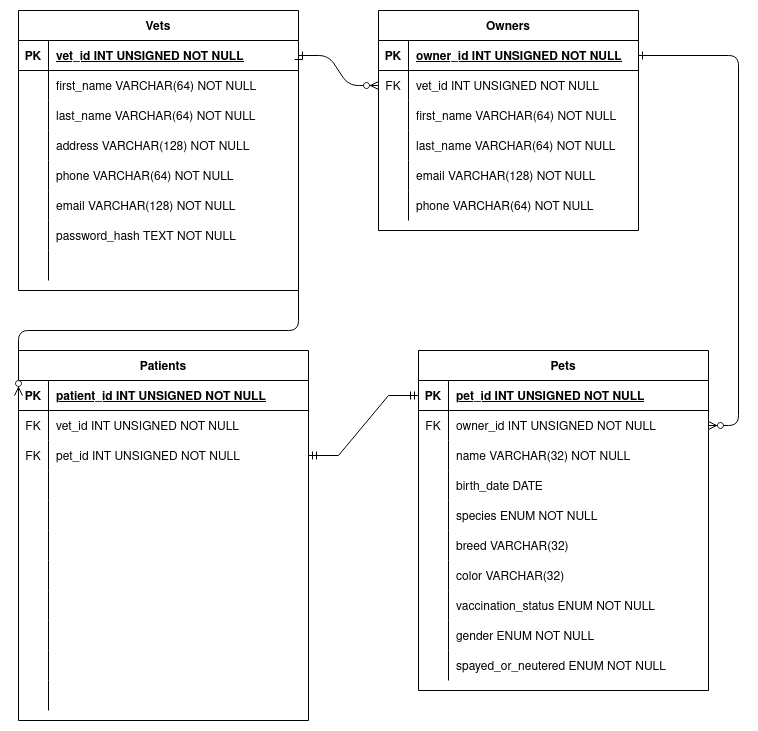
rafaelalma/vetter-client keeps this draw.io diagram as vetter-entity-relationship-diagram.drawio.png. Above is the earlier version. Source tidied: cells renumbered, new cells last; positions are measured from the earlier drawing's top-left corner, leaving out a move shared by most shapes.
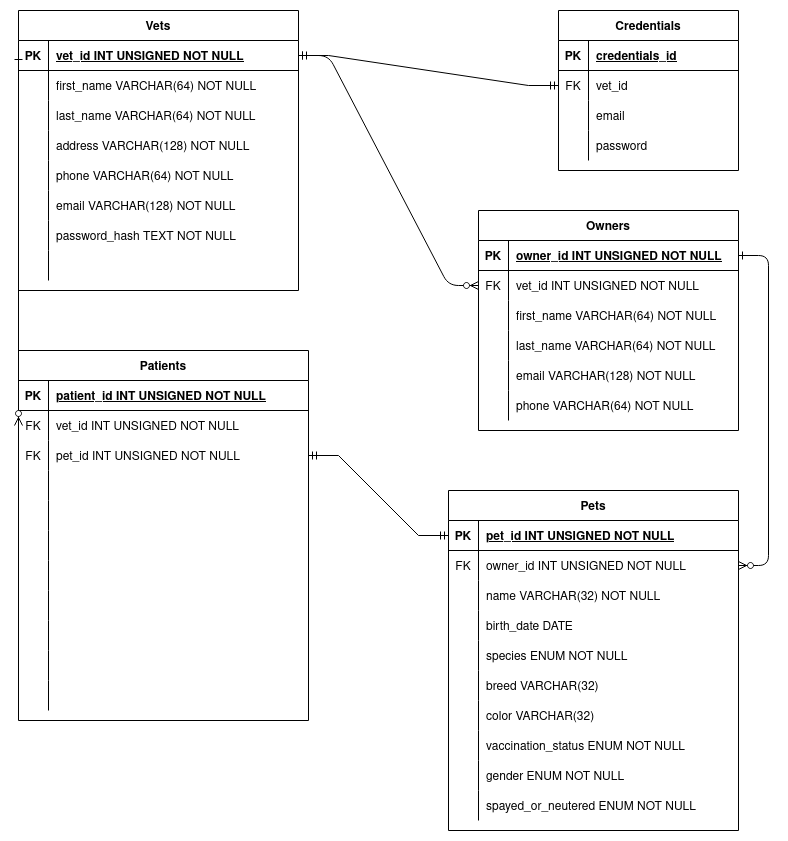
After the commit.

Commit message:
Update Entity Relationship Diagram image

Change to the diagram source:
```diff
@@ -9,7 +9,7 @@
       <mxGeometry relative="1" as="geometry" />
     </mxCell>
     <mxCell id="4" value="Owners" style="shape=table;startSize=30;rowLines=0;fontStyle=1;align=center;" parent="1" vertex="1">
-      <mxGeometry x="360" width="260" height="220" as="geometry" />
+      <mxGeometry x="460" y="200" width="260" height="220" as="geometry" />
     </mxCell>
     <mxCell id="5" style="shape=partialRectangle;fillColor=none;points=[[0,0.5],[1,0.5]];portConstraint=eastwest;top=0;left=0;right=0;bottom=1;" parent="4" vertex="1">
       <mxGeometry y="30" width="260" height="30" as="geometry" />
@@ -66,7 +66,7 @@
       <mxGeometry x="30" width="230" height="30" as="geometry" />
     </mxCell>
     <mxCell id="23" value="Pets" style="shape=table;startSize=30;rowLines=0;fontStyle=1;align=center;" parent="1" vertex="1">
-      <mxGeometry x="400" y="340" width="290" height="340" as="geometry" />
+      <mxGeometry x="430" y="480" width="290" height="340" as="geometry" />
     </mxCell>
     <mxCell id="24" style="shape=partialRectangle;fillColor=none;points=[[0,0.5],[1,0.5]];portConstraint=eastwest;top=0;left=0;right=0;bottom=1;" parent="23" vertex="1">
       <mxGeometry y="30" width="290" height="30" as="geometry" />
@@ -335,17 +335,53 @@
     <mxCell id="112" style="shape=partialRectangle;overflow=hidden;fillColor=none;top=0;left=0;bottom=0;right=0;align=left;spacingLeft=6;" parent="110" vertex="1">
       <mxGeometry x="30" width="260" height="30" as="geometry" />
     </mxCell>
+    <mxCell id="114" style="fontSize=12;html=1;endArrow=ERmandOne;startArrow=ERmandOne;rounded=0;exitX=1;exitY=0.5;exitDx=0;exitDy=0;entryX=0;entryY=0.5;entryDx=0;entryDy=0;edgeStyle=entityRelationEdgeStyle;" parent="1" edge="1" source="86" target="24">
+      <mxGeometry relative="1" as="geometry" />
+    </mxCell>
+    <mxCell id="115" value="Credentials" style="shape=table;startSize=30;rowLines=0;fontStyle=1;align=center;" parent="1" vertex="1">
+      <mxGeometry x="540" width="180" height="160" as="geometry" />
+    </mxCell>
+    <mxCell id="116" style="shape=partialRectangle;fillColor=none;top=0;left=0;bottom=1;right=0;" parent="115" vertex="1">
+      <mxGeometry y="30" width="180" height="30" as="geometry" />
+    </mxCell>
+    <mxCell id="117" value="PK" style="shape=partialRectangle;fillColor=none;top=0;left=0;bottom=0;right=0;fontStyle=1;overflow=hidden;" parent="116" vertex="1">
+      <mxGeometry width="30" height="30" as="geometry" />
+    </mxCell>
+    <mxCell id="118" value="credentials_id" style="shape=partialRectangle;fillColor=none;top=0;left=0;bottom=0;right=0;align=left;spacingLeft=6;fontStyle=5;overflow=hidden;" parent="116" vertex="1">
+      <mxGeometry x="30" width="150" height="30" as="geometry" />
+    </mxCell>
+    <mxCell id="119" style="shape=partialRectangle;fillColor=none;top=0;left=0;bottom=0;right=0;points=[[0,0.5],[1,0.5]];portConstraint=eastwest;" parent="115" vertex="1">
+      <mxGeometry y="60" width="180" height="30" as="geometry" />
+    </mxCell>
+    <mxCell id="120" value="FK" style="shape=partialRectangle;fillColor=none;top=0;left=0;bottom=0;right=0;overflow=hidden;" parent="119" vertex="1">
+      <mxGeometry width="30" height="30" as="geometry" />
+    </mxCell>
+    <mxCell id="121" value="vet_id" style="shape=partialRectangle;fillColor=none;top=0;left=0;bottom=0;right=0;align=left;spacingLeft=6;overflow=hidden;" parent="119" vertex="1">
+      <mxGeometry x="30" width="150" height="30" as="geometry" />
+    </mxCell>
+    <mxCell id="122" style="shape=partialRectangle;fillColor=none;top=0;left=0;bottom=0;right=0;" parent="115" vertex="1">
+      <mxGeometry y="90" width="180" height="30" as="geometry" />
+    </mxCell>
+    <mxCell id="123" style="shape=partialRectangle;fillColor=none;top=0;left=0;bottom=0;right=0;overflow=hidden;" parent="122" vertex="1">
+      <mxGeometry width="30" height="30" as="geometry" />
+    </mxCell>
+    <mxCell id="124" value="email" style="shape=partialRectangle;fillColor=none;top=0;left=0;bottom=0;right=0;align=left;spacingLeft=6;overflow=hidden;" parent="122" vertex="1">
+      <mxGeometry x="30" width="150" height="30" as="geometry" />
+    </mxCell>
+    <mxCell id="125" style="shape=partialRectangle;fillColor=none;top=0;left=0;bottom=0;right=0;" parent="115" vertex="1">
+      <mxGeometry y="120" width="180" height="30" as="geometry" />
+    </mxCell>
+    <mxCell id="126" style="shape=partialRectangle;fillColor=none;top=0;left=0;bottom=0;right=0;overflow=hidden;" parent="125" vertex="1">
+      <mxGeometry width="30" height="30" as="geometry" />
+    </mxCell>
+    <mxCell id="127" value="password" style="shape=partialRectangle;fillColor=none;top=0;left=0;bottom=0;right=0;align=left;spacingLeft=6;overflow=hidden;" parent="125" vertex="1">
+      <mxGeometry x="30" width="150" height="30" as="geometry" />
+    </mxCell>
-    <mxCell id="113" style="edgeStyle=elbowEdgeStyle;endArrow=ERzeroToMany;startArrow=ERone;endFill=1;startFill=0;exitX=1;exitY=0.5;exitDx=0;exitDy=0;entryX=0;entryY=0.5;entryDx=0;entryDy=0;elbow=vertical;" parent="1" edge="1" source="55" target="80">
-      <mxGeometry relative="1" as="geometry">
-        <Array as="points">
-          <mxPoint x="270" y="320" />
-          <mxPoint x="60" y="250" />
-          <mxPoint x="130" y="240" />
-        </Array>
-      </mxGeometry>
+    <mxCell id="113" style="endArrow=ERzeroToMany;startArrow=ERone;endFill=1;startFill=0;exitX=0;exitY=0.5;exitDx=0;exitDy=0;elbow=vertical;entryX=0;entryY=0.5;entryDx=0;entryDy=0;" parent="1" edge="1" source="55" target="83">
+      <mxGeometry relative="1" as="geometry" />
     </mxCell>
-    <mxCell id="114" style="edgeStyle=entityRelationEdgeStyle;fontSize=12;html=1;endArrow=ERmandOne;startArrow=ERmandOne;rounded=0;exitX=1;exitY=0.5;exitDx=0;exitDy=0;entryX=0;entryY=0.5;entryDx=0;entryDy=0;" parent="1" edge="1" source="86" target="24">
-      <mxGeometry relative="1" as="geometry" />
-    </mxCell>
+    <mxCell id="128" style="fontSize=12;html=1;endArrow=ERmandOne;startArrow=ERmandOne;rounded=0;exitX=1;exitY=0.5;exitDx=0;exitDy=0;entryX=0;entryY=0.5;entryDx=0;entryDy=0;edgeStyle=entityRelationEdgeStyle;" parent="1" edge="1" source="55" target="119">
+      <mxGeometry relative="1" as="geometry" />
+    </mxCell>
   </root>
 </mxGraphModel>
```
